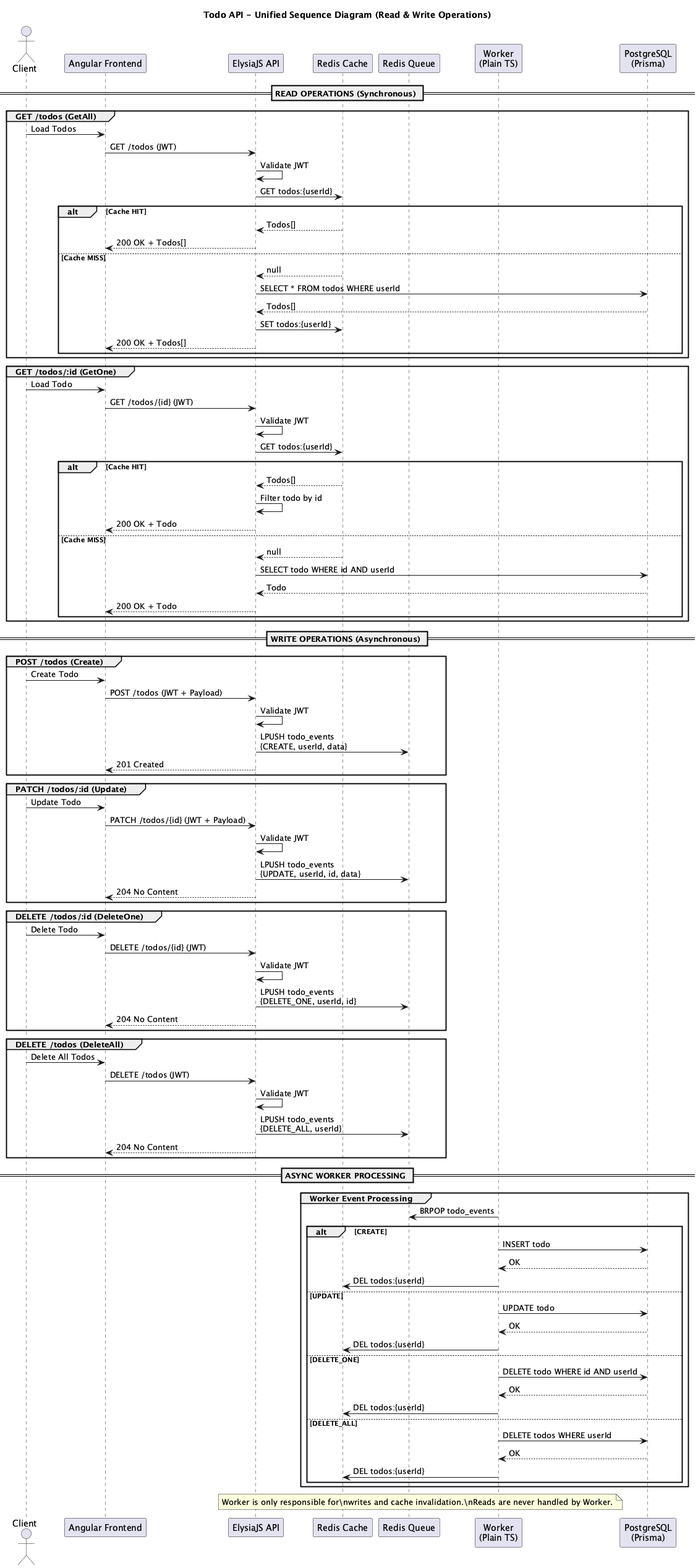
justintischendorf/todo-app keeps this PlantUML diagram as packages/diagrams/sequence.png. Above is the earlier version. The source it was exported from:
```plantuml
@startuml
title Todo API - Unified Sequence Diagram (Read & Write Operations)
actor Client
participant "Angular Frontend" as FE
participant "ElysiaJS API" as API
participant "Redis Cache" as Redis
participant "Redis Queue" as Queue
participant "Worker\n(Plain TS)" as Worker
participant "PostgreSQL\n(Prisma)" as DB
== READ OPERATIONS (Synchronous) ==
group GET /todos (GetAll)
   Client -> FE: Load Todos
   FE -> API: GET /todos (JWT)
   API -> API: Validate JWT
   API -> Redis: GET todos:{userId}
   alt Cache HIT
       Redis --> API: Todos[]
       API --> FE: 200 OK + Todos[]
   else Cache MISS
       Redis --> API: null
       API -> DB: SELECT * FROM todos WHERE userId
       DB --> API: Todos[]
       API -> Redis: SET todos:{userId}
       API --> FE: 200 OK + Todos[]
   end
end
group GET /todos/:id (GetOne)
   Client -> FE: Load Todo
   FE -> API: GET /todos/{id} (JWT)
   API -> API: Validate JWT
   API -> Redis: GET todos:{userId}
   alt Cache HIT
       Redis --> API: Todos[]
       API -> API: Filter todo by id
       API --> FE: 200 OK + Todo
   else Cache MISS
       Redis --> API: null
       API -> DB: SELECT todo WHERE id AND userId
       DB --> API: Todo
       API --> FE: 200 OK + Todo
   end
end
== WRITE OPERATIONS (Asynchronous) ==
group POST /todos (Create)
   Client -> FE: Create Todo
   FE -> API: POST /todos (JWT + Payload)
   API -> API: Validate JWT
   API -> Queue: LPUSH todo_events\n{CREATE, userId, data}
   API --> FE: 201 Created
end
group PATCH /todos/:id (Update)
   Client -> FE: Update Todo
   FE -> API: PATCH /todos/{id} (JWT + Payload)
   API -> API: Validate JWT
   API -> Queue: LPUSH todo_events\n{UPDATE, userId, id, data}
   API --> FE: 204 No Content
end
group DELETE /todos/:id (DeleteOne)
   Client -> FE: Delete Todo
   FE -> API: DELETE /todos/{id} (JWT)
   API -> API: Validate JWT
   API -> Queue: LPUSH todo_events\n{DELETE_ONE, userId, id}
   API --> FE: 204 No Content
end
group DELETE /todos (DeleteAll)
   Client -> FE: Delete All Todos
   FE -> API: DELETE /todos (JWT)
   API -> API: Validate JWT
   API -> Queue: LPUSH todo_events\n{DELETE_ALL, userId}
   API --> FE: 204 No Content
end
== ASYNC WORKER PROCESSING ==
group Worker Event Processing
   Worker -> Queue: BRPOP todo_events
   alt CREATE
       Worker -> DB: INSERT todo
       DB --> Worker: OK
       Worker -> Redis: DEL todos:{userId}
   else UPDATE
       Worker -> DB: UPDATE todo
       DB --> Worker: OK
       Worker -> Redis: DEL todos:{userId}
   else DELETE_ONE
       Worker -> DB: DELETE todo WHERE id AND userId
       DB --> Worker: OK
       Worker -> Redis: DEL todos:{userId}
   else DELETE_ALL
       Worker -> DB: DELETE todos WHERE userId
       DB --> Worker: OK
       Worker -> Redis: DEL todos:{userId}
   end
end
note over Worker,Redis
Worker is only responsible for\nwrites and cache invalidation.\nReads are never handled by Worker.
end note
@enduml
```
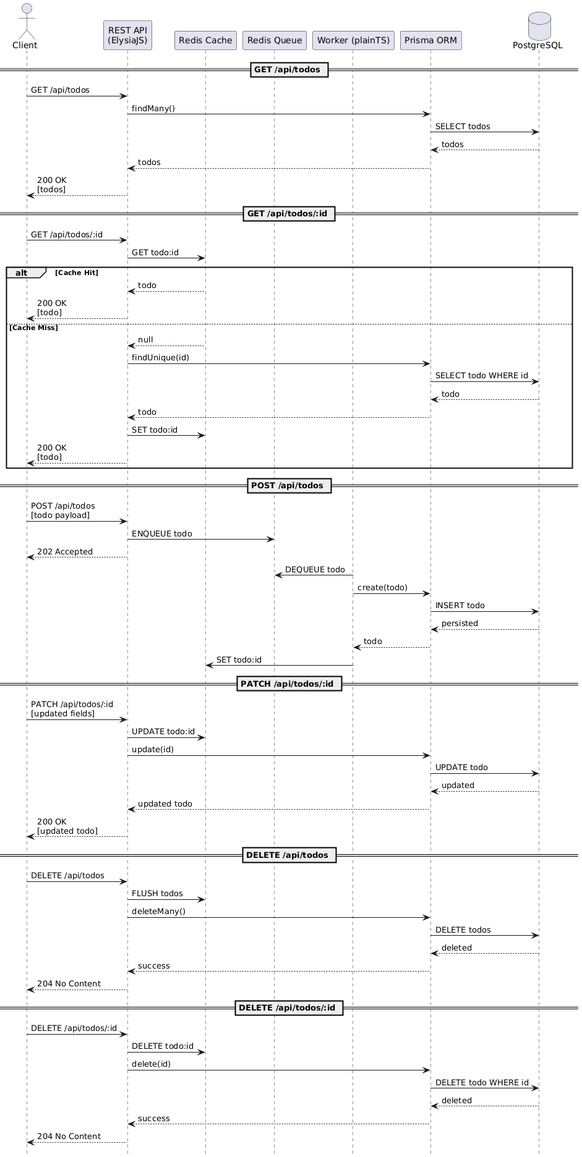
After the commit.

Commit message:
updated sequence diagram

Change to the diagram source:
```diff
@@ -1,96 +1,74 @@
 @startuml
-title Todo API - Unified Sequence Diagram (Read & Write Operations)
+hide footbox
 actor Client
-participant "Angular Frontend" as FE
-participant "ElysiaJS API" as API
-participant "Redis Cache" as Redis
+participant "REST API\n(ElysiaJS)" as API
+participant "Redis Cache" as Cache
 participant "Redis Queue" as Queue
-participant "Worker\n(Plain TS)" as Worker
-participant "PostgreSQL\n(Prisma)" as DB
-== READ OPERATIONS (Synchronous) ==
-group GET /todos (GetAll)
-   Client -> FE: Load Todos
-   FE -> API: GET /todos (JWT)
-   API -> API: Validate JWT
-   API -> Redis: GET todos:{userId}
-   alt Cache HIT
-       Redis --> API: Todos[]
-       API --> FE: 200 OK + Todos[]
-   else Cache MISS
-       Redis --> API: null
-       API -> DB: SELECT * FROM todos WHERE userId
-       DB --> API: Todos[]
-       API -> Redis: SET todos:{userId}
-       API --> FE: 200 OK + Todos[]
-   end
+participant "Worker (plainTS)" as Worker
+participant "Prisma ORM" as ORM
+database "PostgreSQL" as DB
+
+== GET /api/todos ==
+Client -> API: GET /api/todos
+API -> ORM: findMany()
+ORM -> DB: SELECT todos
+DB --> ORM: todos
+ORM --> API: todos
+API --> Client: 200 OK\n[todos]
+
+== GET /api/todos/:id ==
+Client -> API: GET /api/todos/:id
+API -> Cache: GET todo:id
+
+alt Cache Hit
+    Cache --> API: todo
+    API --> Client: 200 OK\n[todo]
+else Cache Miss
+    Cache --> API: null
+    API -> ORM: findUnique(id)
+    ORM -> DB: SELECT todo WHERE id
+    DB --> ORM: todo
+    ORM --> API: todo
+    API -> Cache: SET todo:id
+    API --> Client: 200 OK\n[todo]
 end
-group GET /todos/:id (GetOne)
-   Client -> FE: Load Todo
-   FE -> API: GET /todos/{id} (JWT)
-   API -> API: Validate JWT
-   API -> Redis: GET todos:{userId}
-   alt Cache HIT
-       Redis --> API: Todos[]
-       API -> API: Filter todo by id
-       API --> FE: 200 OK + Todo
-   else Cache MISS
-       Redis --> API: null
-       API -> DB: SELECT todo WHERE id AND userId
-       DB --> API: Todo
-       API --> FE: 200 OK + Todo
-   end
-end
-== WRITE OPERATIONS (Asynchronous) ==
-group POST /todos (Create)
-   Client -> FE: Create Todo
-   FE -> API: POST /todos (JWT + Payload)
-   API -> API: Validate JWT
-   API -> Queue: LPUSH todo_events\n{CREATE, userId, data}
-   API --> FE: 201 Created
-end
-group PATCH /todos/:id (Update)
-   Client -> FE: Update Todo
-   FE -> API: PATCH /todos/{id} (JWT + Payload)
-   API -> API: Validate JWT
-   API -> Queue: LPUSH todo_events\n{UPDATE, userId, id, data}
-   API --> FE: 204 No Content
-end
-group DELETE /todos/:id (DeleteOne)
-   Client -> FE: Delete Todo
-   FE -> API: DELETE /todos/{id} (JWT)
-   API -> API: Validate JWT
-   API -> Queue: LPUSH todo_events\n{DELETE_ONE, userId, id}
-   API --> FE: 204 No Content
-end
-group DELETE /todos (DeleteAll)
-   Client -> FE: Delete All Todos
-   FE -> API: DELETE /todos (JWT)
-   API -> API: Validate JWT
-   API -> Queue: LPUSH todo_events\n{DELETE_ALL, userId}
-   API --> FE: 204 No Content
-end
-== ASYNC WORKER PROCESSING ==
-group Worker Event Processing
-   Worker -> Queue: BRPOP todo_events
-   alt CREATE
-       Worker -> DB: INSERT todo
-       DB --> Worker: OK
-       Worker -> Redis: DEL todos:{userId}
-   else UPDATE
-       Worker -> DB: UPDATE todo
-       DB --> Worker: OK
-       Worker -> Redis: DEL todos:{userId}
-   else DELETE_ONE
-       Worker -> DB: DELETE todo WHERE id AND userId
-       DB --> Worker: OK
-       Worker -> Redis: DEL todos:{userId}
-   else DELETE_ALL
-       Worker -> DB: DELETE todos WHERE userId
-       DB --> Worker: OK
-       Worker -> Redis: DEL todos:{userId}
-   end
-end
-note over Worker,Redis
-Worker is only responsible for\nwrites and cache invalidation.\nReads are never handled by Worker.
-end note
+
+== POST /api/todos ==
+Client -> API: POST /api/todos\n[todo payload]
+API -> Queue: ENQUEUE todo
+API --> Client: 202 Accepted
+
+Worker -> Queue: DEQUEUE todo
+Worker -> ORM: create(todo)
+ORM -> DB: INSERT todo
+DB --> ORM: persisted
+ORM --> Worker: todo
+Worker -> Cache: SET todo:id
+
+== PATCH /api/todos/:id ==
+Client -> API: PATCH /api/todos/:id\n[updated fields]
+API -> Cache: UPDATE todo:id
+API -> ORM: update(id)
+ORM -> DB: UPDATE todo
+DB --> ORM: updated
+ORM --> API: updated todo
+API --> Client: 200 OK\n[updated todo]
+
+== DELETE /api/todos ==
+Client -> API: DELETE /api/todos
+API -> Cache: FLUSH todos
+API -> ORM: deleteMany()
+ORM -> DB: DELETE todos
+DB --> ORM: deleted
+ORM --> API: success
+API --> Client: 204 No Content
+
+== DELETE /api/todos/:id ==
+Client -> API: DELETE /api/todos/:id
+API -> Cache: DELETE todo:id
+API -> ORM: delete(id)
+ORM -> DB: DELETE todo WHERE id
+DB --> ORM: deleted
+ORM --> API: success
+API --> Client: 204 No Content
 @enduml
```
